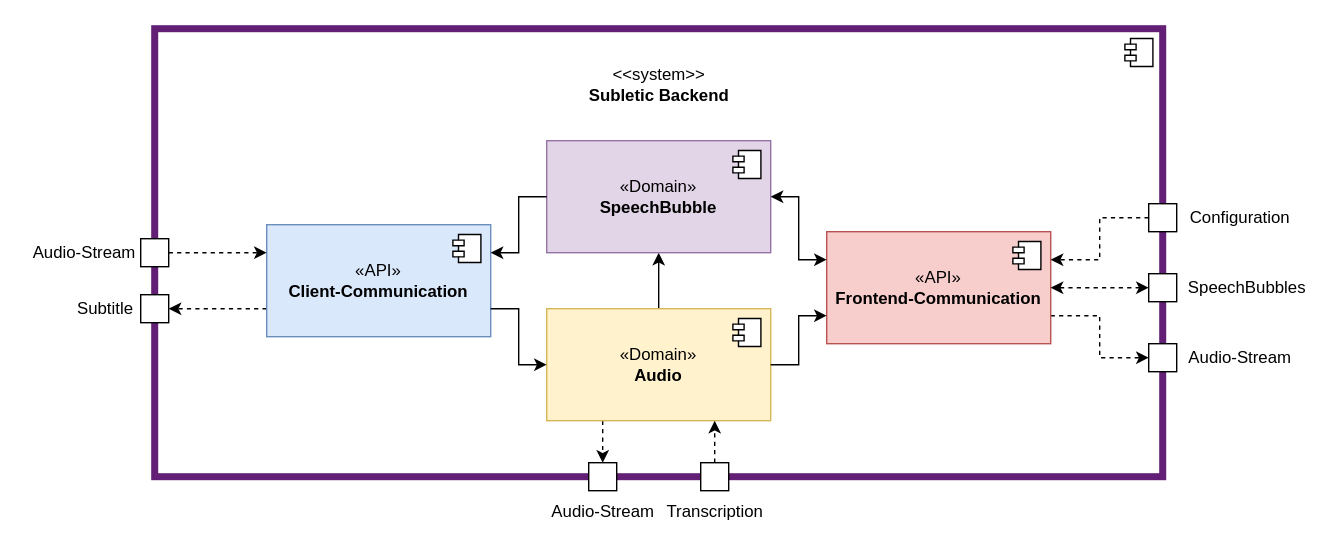
Subletic/Documentation keeps this draw.io diagram as TechnicalDocumentation/arc42/img/Bausteinsicht_1_Backend.drawio.svg. Above is the earlier version. Source tidied: cells renumbered, new cells last; positions are measured from the earlier drawing's top-left corner, leaving out a move shared by most shapes.
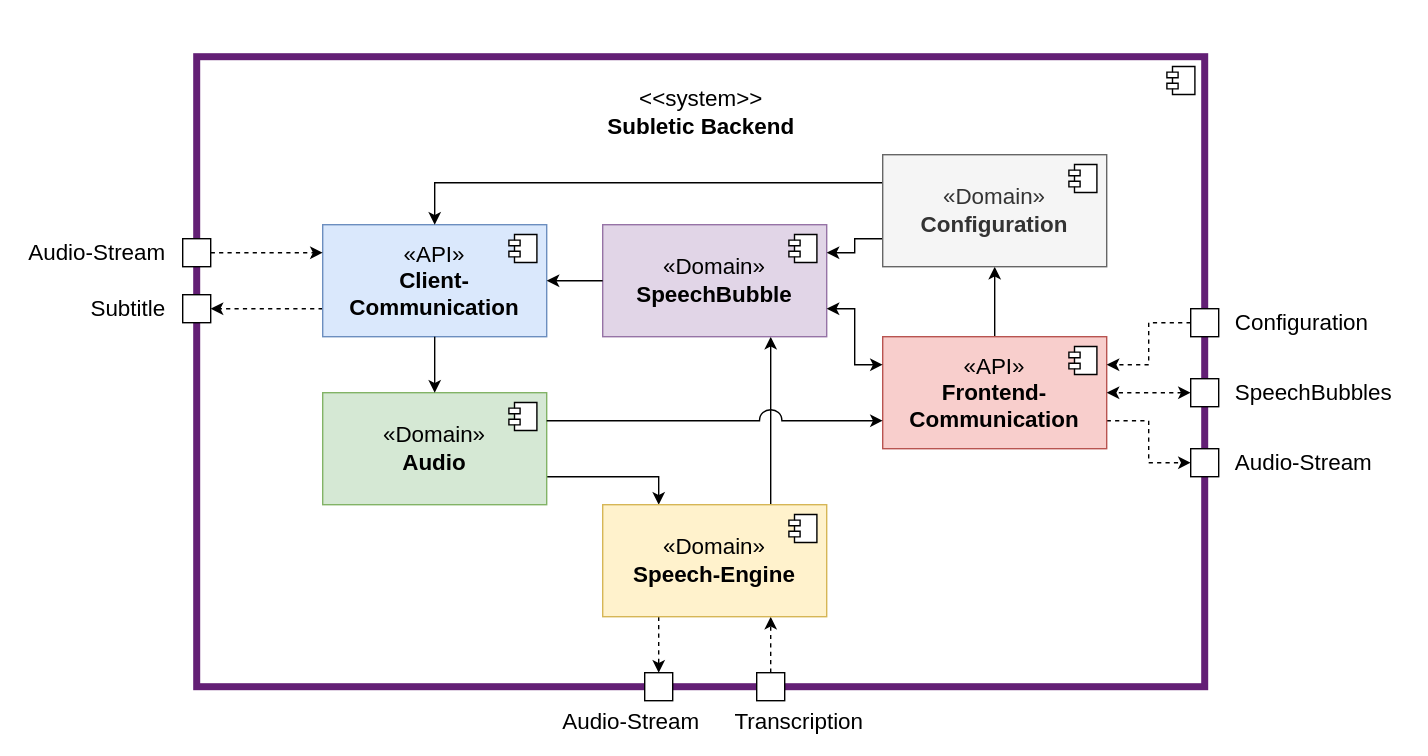
Above is the later version.

Change to the diagram source:
```diff
@@ -3,10 +3,10 @@
     <mxCell id="0" />
     <mxCell id="1" parent="0" />
     <mxCell id="2" style="rounded=0;whiteSpace=wrap;html=1;strokeColor=none;strokeWidth=10;fillColor=#FFFFFF;" parent="1" vertex="1">
-      <mxGeometry width="960" height="390" as="geometry" />
+      <mxGeometry width="1010" height="540" as="geometry" />
     </mxCell>
     <mxCell id="3" style="html=1;whiteSpace=wrap;strokeColor=#631F75;fillColor=#FFFFFF;strokeWidth=5;" parent="1" vertex="1">
-      <mxGeometry x="110" y="20" width="720" height="320" as="geometry" />
+      <mxGeometry x="140" y="40" width="720" height="450" as="geometry" />
     </mxCell>
     <mxCell id="4" style="shape=module;jettyWidth=8;jettyHeight=4;" parent="3" vertex="1">
       <mxGeometry x="1" width="20" height="20" relative="1" as="geometry">
@@ -16,30 +16,33 @@
     <mxCell id="5" style="edgeStyle=orthogonalEdgeStyle;rounded=0;jettySize=auto;html=1;exitX=0;exitY=0.75;exitDx=0;exitDy=0;entryX=1;entryY=0.5;entryDx=0;entryDy=0;dashed=1;" parent="1" edge="1" source="6" target="24">
       <mxGeometry relative="1" as="geometry" />
     </mxCell>
-    <mxCell id="6" value="«API»&lt;br&gt;&lt;b&gt;Client-Communication&lt;/b&gt;" style="html=1;whiteSpace=wrap;fillColor=#dae8fc;strokeColor=#6c8ebf;" parent="1" vertex="1">
-      <mxGeometry x="190" y="160" width="160" height="80" as="geometry" />
+    <mxCell id="6" value="«API»&lt;br style=&quot;font-size: 16px;&quot;&gt;&lt;b style=&quot;font-size: 16px;&quot;&gt;Client-Communication&lt;/b&gt;" style="html=1;whiteSpace=wrap;fillColor=#dae8fc;strokeColor=#6c8ebf;fontSize=16;" parent="1" vertex="1">
+      <mxGeometry x="230" y="160" width="160" height="80" as="geometry" />
     </mxCell>
     <mxCell id="7" style="shape=module;jettyWidth=8;jettyHeight=4;" parent="6" vertex="1">
       <mxGeometry x="1" width="20" height="20" relative="1" as="geometry">
         <mxPoint x="-27" y="7" as="offset" />
       </mxGeometry>
     </mxCell>
-    <mxCell id="8" style="rounded=0;jettySize=auto;html=1;exitX=0.5;exitY=0;exitDx=0;exitDy=0;entryX=0.5;entryY=1;entryDx=0;entryDy=0;endArrow=classic;endFill=1;" parent="1" edge="1" source="10" target="12">
+    <mxCell id="8" style="rounded=0;jettySize=auto;html=1;entryX=0.75;entryY=1;entryDx=0;entryDy=0;endArrow=classic;endFill=1;exitX=0.75;exitY=0;exitDx=0;exitDy=0;jumpStyle=arc;jumpSize=6;edgeStyle=orthogonalEdgeStyle;" parent="1" edge="1" source="46" target="12">
       <mxGeometry relative="1" as="geometry" />
     </mxCell>
-    <mxCell id="9" style="edgeStyle=orthogonalEdgeStyle;rounded=0;jettySize=auto;html=1;exitX=0.25;exitY=1;exitDx=0;exitDy=0;entryX=0.5;entryY=0;entryDx=0;entryDy=0;dashed=1;" parent="1" edge="1" source="10" target="26">
+    <mxCell id="9" style="edgeStyle=orthogonalEdgeStyle;rounded=0;jettySize=auto;html=1;entryX=0.5;entryY=0;entryDx=0;entryDy=0;dashed=1;exitX=0.25;exitY=1;exitDx=0;exitDy=0;" parent="1" edge="1" source="46" target="26">
       <mxGeometry relative="1" as="geometry" />
     </mxCell>
+    <mxCell id="40" style="edgeStyle=orthogonalEdgeStyle;rounded=0;jettySize=auto;html=1;exitX=1;exitY=0.75;exitDx=0;exitDy=0;entryX=0.25;entryY=0;entryDx=0;entryDy=0;" parent="1" edge="1" source="10" target="46">
+      <mxGeometry relative="1" as="geometry" />
+    </mxCell>
-    <mxCell id="10" value="«Domain»&lt;br&gt;&lt;b&gt;Audio&lt;/b&gt;" style="html=1;whiteSpace=wrap;fillColor=#fff2cc;strokeColor=#d6b656;" parent="1" vertex="1">
-      <mxGeometry x="390" y="220" width="160" height="80" as="geometry" />
+    <mxCell id="10" value="«Domain»&lt;br style=&quot;font-size: 16px;&quot;&gt;&lt;b style=&quot;font-size: 16px;&quot;&gt;Audio&lt;/b&gt;" style="html=1;whiteSpace=wrap;fillColor=#d5e8d4;strokeColor=#82b366;fontSize=16;" parent="1" vertex="1">
+      <mxGeometry x="230" y="280" width="160" height="80" as="geometry" />
     </mxCell>
     <mxCell id="11" style="shape=module;jettyWidth=8;jettyHeight=4;" parent="10" vertex="1">
       <mxGeometry x="1" width="20" height="20" relative="1" as="geometry">
         <mxPoint x="-27" y="7" as="offset" />
       </mxGeometry>
     </mxCell>
-    <mxCell id="12" value="«Domain»&lt;br&gt;&lt;b&gt;SpeechBubble&lt;/b&gt;" style="html=1;whiteSpace=wrap;fillColor=#e1d5e7;strokeColor=#9673a6;" parent="1" vertex="1">
-      <mxGeometry x="390" y="100" width="160" height="80" as="geometry" />
+    <mxCell id="12" value="«Domain»&lt;br style=&quot;font-size: 16px;&quot;&gt;&lt;b style=&quot;font-size: 16px;&quot;&gt;SpeechBubble&lt;/b&gt;" style="html=1;whiteSpace=wrap;fillColor=#e1d5e7;strokeColor=#9673a6;fontSize=16;" parent="1" vertex="1">
+      <mxGeometry x="430" y="160" width="160" height="80" as="geometry" />
     </mxCell>
     <mxCell id="13" style="shape=module;jettyWidth=8;jettyHeight=4;" parent="12" vertex="1">
       <mxGeometry x="1" width="20" height="20" relative="1" as="geometry">
@@ -49,82 +52,107 @@
     <mxCell id="14" style="edgeStyle=orthogonalEdgeStyle;rounded=0;jettySize=auto;html=1;exitX=1;exitY=0.75;exitDx=0;exitDy=0;entryX=0;entryY=0.5;entryDx=0;entryDy=0;dashed=1;" parent="1" edge="1" source="15" target="33">
       <mxGeometry relative="1" as="geometry" />
     </mxCell>
+    <mxCell id="41" style="edgeStyle=orthogonalEdgeStyle;rounded=0;jettySize=auto;html=1;exitX=0.5;exitY=0;exitDx=0;exitDy=0;entryX=0.5;entryY=1;entryDx=0;entryDy=0;" parent="1" edge="1" source="15" target="44">
+      <mxGeometry relative="1" as="geometry" />
+    </mxCell>
-    <mxCell id="15" value="«API»&lt;br&gt;&lt;b&gt;Frontend-Communication&lt;/b&gt;" style="html=1;whiteSpace=wrap;fillColor=#f8cecc;strokeColor=#b85450;" parent="1" vertex="1">
-      <mxGeometry x="590" y="165" width="160" height="80" as="geometry" />
+    <mxCell id="15" value="«API»&lt;br style=&quot;font-size: 16px;&quot;&gt;&lt;b style=&quot;font-size: 16px;&quot;&gt;Frontend-Communication&lt;/b&gt;" style="html=1;whiteSpace=wrap;fillColor=#f8cecc;strokeColor=#b85450;fontSize=16;" parent="1" vertex="1">
+      <mxGeometry x="630" y="240" width="160" height="80" as="geometry" />
     </mxCell>
     <mxCell id="16" style="shape=module;jettyWidth=8;jettyHeight=4;" parent="15" vertex="1">
       <mxGeometry x="1" width="20" height="20" relative="1" as="geometry">
         <mxPoint x="-27" y="7" as="offset" />
       </mxGeometry>
     </mxCell>
-    <mxCell id="17" style="endArrow=classic;html=1;rounded=0;entryX=0;entryY=0.75;entryDx=0;entryDy=0;exitX=1;exitY=0.5;exitDx=0;exitDy=0;edgeStyle=orthogonalEdgeStyle;endFill=1;" parent="1" edge="1" source="10" target="15">
+    <mxCell id="17" style="endArrow=classic;html=1;rounded=0;entryX=0;entryY=0.75;entryDx=0;entryDy=0;edgeStyle=orthogonalEdgeStyle;endFill=1;exitX=1;exitY=0.25;exitDx=0;exitDy=0;jumpStyle=arc;jumpSize=16;" parent="1" edge="1" source="10" target="15">
       <mxGeometry relative="1" as="geometry" />
     </mxCell>
-    <mxCell id="18" style="endArrow=classic;html=1;rounded=0;entryX=0;entryY=0.25;entryDx=0;entryDy=0;exitX=1;exitY=0.5;exitDx=0;exitDy=0;edgeStyle=orthogonalEdgeStyle;endFill=1;startArrow=classic;startFill=1;" parent="1" edge="1" source="12" target="15">
+    <mxCell id="18" style="endArrow=classic;html=1;rounded=0;entryX=0;entryY=0.25;entryDx=0;entryDy=0;exitX=1;exitY=0.75;exitDx=0;exitDy=0;edgeStyle=orthogonalEdgeStyle;endFill=1;startArrow=classic;startFill=1;" parent="1" edge="1" source="12" target="15">
       <mxGeometry relative="1" as="geometry" />
     </mxCell>
-    <mxCell id="19" style="endArrow=classic;html=1;rounded=0;entryX=0;entryY=0.5;entryDx=0;entryDy=0;exitX=1;exitY=0.75;exitDx=0;exitDy=0;edgeStyle=orthogonalEdgeStyle;endFill=1;" parent="1" edge="1" source="6" target="10">
+    <mxCell id="19" style="endArrow=classic;html=1;rounded=0;entryX=0.5;entryY=0;entryDx=0;entryDy=0;exitX=0.5;exitY=1;exitDx=0;exitDy=0;edgeStyle=orthogonalEdgeStyle;endFill=1;" parent="1" edge="1" source="6" target="10">
       <mxGeometry relative="1" as="geometry" />
     </mxCell>
-    <mxCell id="20" style="endArrow=none;html=1;rounded=0;entryX=0;entryY=0.5;entryDx=0;entryDy=0;exitX=1;exitY=0.25;exitDx=0;exitDy=0;edgeStyle=orthogonalEdgeStyle;startArrow=classic;startFill=1;" parent="1" edge="1" source="6" target="12">
+    <mxCell id="20" style="endArrow=none;html=1;rounded=0;entryX=0;entryY=0.5;entryDx=0;entryDy=0;exitX=1;exitY=0.5;exitDx=0;exitDy=0;edgeStyle=orthogonalEdgeStyle;startArrow=classic;startFill=1;" parent="1" edge="1" source="6" target="12">
       <mxGeometry relative="1" as="geometry" />
     </mxCell>
     <mxCell id="21" style="edgeStyle=orthogonalEdgeStyle;rounded=0;jettySize=auto;html=1;entryX=0;entryY=0.25;entryDx=0;entryDy=0;dashed=1;" parent="1" edge="1" source="22" target="6">
       <mxGeometry relative="1" as="geometry" />
     </mxCell>
     <mxCell id="22" style="rounded=0;whiteSpace=wrap;html=1;" parent="1" vertex="1">
-      <mxGeometry x="100" y="170" width="20" height="20" as="geometry" />
+      <mxGeometry x="130" y="170" width="20" height="20" as="geometry" />
     </mxCell>
-    <mxCell id="23" value="Audio-Stream" style="text;html=1;strokeColor=none;fillColor=none;align=center;verticalAlign=middle;whiteSpace=wrap;rounded=0;" parent="1" vertex="1">
-      <mxGeometry x="20" y="165" width="80" height="30" as="geometry" />
+    <mxCell id="23" value="Audio-Stream" style="text;html=1;strokeColor=none;fillColor=none;align=right;verticalAlign=middle;whiteSpace=wrap;rounded=0;fontSize=16;" parent="1" vertex="1">
+      <mxGeometry x="10" y="165" width="110" height="30" as="geometry" />
     </mxCell>
     <mxCell id="24" style="rounded=0;whiteSpace=wrap;html=1;" parent="1" vertex="1">
-      <mxGeometry x="100" y="210" width="20" height="20" as="geometry" />
+      <mxGeometry x="130" y="210" width="20" height="20" as="geometry" />
     </mxCell>
-    <mxCell id="25" value="Subtitle" style="text;html=1;strokeColor=none;fillColor=none;align=center;verticalAlign=middle;whiteSpace=wrap;rounded=0;" parent="1" vertex="1">
-      <mxGeometry x="50" y="205" width="50" height="30" as="geometry" />
+    <mxCell id="25" value="Subtitle" style="text;html=1;strokeColor=none;fillColor=none;align=right;verticalAlign=middle;whiteSpace=wrap;rounded=0;fontSize=16;" parent="1" vertex="1">
+      <mxGeometry x="50" y="205" width="70" height="30" as="geometry" />
     </mxCell>
     <mxCell id="26" style="rounded=0;whiteSpace=wrap;html=1;" parent="1" vertex="1">
-      <mxGeometry x="420" y="330" width="20" height="20" as="geometry" />
+      <mxGeometry x="460" y="480" width="20" height="20" as="geometry" />
     </mxCell>
-    <mxCell id="27" style="edgeStyle=orthogonalEdgeStyle;rounded=0;jettySize=auto;html=1;exitX=0.5;exitY=0;exitDx=0;exitDy=0;entryX=0.75;entryY=1;entryDx=0;entryDy=0;dashed=1;" parent="1" edge="1" source="28" target="10">
+    <mxCell id="27" style="edgeStyle=orthogonalEdgeStyle;rounded=0;jettySize=auto;html=1;dashed=1;exitX=0.5;exitY=0;exitDx=0;exitDy=0;entryX=0.75;entryY=1;entryDx=0;entryDy=0;" parent="1" edge="1" source="28" target="46">
       <mxGeometry relative="1" as="geometry" />
     </mxCell>
     <mxCell id="28" style="rounded=0;whiteSpace=wrap;html=1;" parent="1" vertex="1">
-      <mxGeometry x="500" y="330" width="20" height="20" as="geometry" />
+      <mxGeometry x="540" y="480" width="20" height="20" as="geometry" />
     </mxCell>
-    <mxCell id="29" value="Transcription" style="text;html=1;align=center;verticalAlign=middle;strokeColor=none;fillColor=none;rotation=0;" parent="1" vertex="1">
-      <mxGeometry x="465" y="350" width="90" height="30" as="geometry" />
+    <mxCell id="29" value="Transcription" style="text;html=1;align=center;verticalAlign=middle;strokeColor=none;fillColor=none;rotation=0;fontSize=16;" parent="1" vertex="1">
+      <mxGeometry x="510" y="500" width="120" height="30" as="geometry" />
     </mxCell>
-    <mxCell id="30" value="Audio-Stream" style="text;html=1;align=center;verticalAlign=middle;strokeColor=none;fillColor=none;rotation=0;" parent="1" vertex="1">
-      <mxGeometry x="380" y="350" width="100" height="30" as="geometry" />
+    <mxCell id="30" value="Audio-Stream" style="text;html=1;align=center;verticalAlign=middle;strokeColor=none;fillColor=none;rotation=0;fontSize=16;" parent="1" vertex="1">
+      <mxGeometry x="390" y="500" width="120" height="30" as="geometry" />
     </mxCell>
     <mxCell id="31" style="edgeStyle=orthogonalEdgeStyle;rounded=0;jettySize=auto;html=1;exitX=0;exitY=0.5;exitDx=0;exitDy=0;entryX=1;entryY=0.25;entryDx=0;entryDy=0;dashed=1;startArrow=none;startFill=0;" parent="1" edge="1" source="32" target="15">
       <mxGeometry relative="1" as="geometry" />
     </mxCell>
     <mxCell id="32" style="rounded=0;whiteSpace=wrap;html=1;" parent="1" vertex="1">
-      <mxGeometry x="820" y="145" width="20" height="20" as="geometry" />
+      <mxGeometry x="850" y="220" width="20" height="20" as="geometry" />
     </mxCell>
     <mxCell id="33" style="rounded=0;whiteSpace=wrap;html=1;" parent="1" vertex="1">
-      <mxGeometry x="820" y="245" width="20" height="20" as="geometry" />
+      <mxGeometry x="850" y="320" width="20" height="20" as="geometry" />
     </mxCell>
-    <mxCell id="34" value="&lt;div&gt;&amp;lt;&amp;lt;system&amp;gt;&amp;gt;&lt;/div&gt;&lt;div&gt;&lt;b&gt;Subletic Backend&lt;/b&gt;&lt;br&gt;&lt;/div&gt;" style="text;html=1;align=center;verticalAlign=middle;strokeColor=none;fillColor=none;" parent="1" vertex="1">
-      <mxGeometry x="410" y="40" width="120" height="40" as="geometry" />
+    <mxCell id="34" value="&lt;div style=&quot;font-size: 16px;&quot;&gt;&amp;lt;&amp;lt;system&amp;gt;&amp;gt;&lt;/div&gt;&lt;div style=&quot;font-size: 16px;&quot;&gt;&lt;b style=&quot;font-size: 16px;&quot;&gt;Subletic Backend&lt;/b&gt;&lt;br style=&quot;font-size: 16px;&quot;&gt;&lt;/div&gt;" style="text;html=1;align=center;verticalAlign=middle;strokeColor=none;fillColor=none;fontSize=16;" parent="1" vertex="1">
+      <mxGeometry x="420" y="55" width="160" height="50" as="geometry" />
     </mxCell>
-    <mxCell id="35" value="SpeechBubbles" style="text;html=1;align=center;verticalAlign=middle;strokeColor=none;fillColor=none;rotation=0;" parent="1" vertex="1">
-      <mxGeometry x="835" y="190" width="110" height="30" as="geometry" />
+    <mxCell id="35" value="SpeechBubbles" style="text;html=1;align=left;verticalAlign=middle;strokeColor=none;fillColor=none;rotation=0;fontSize=16;" parent="1" vertex="1">
+      <mxGeometry x="880" y="265" width="140" height="30" as="geometry" />
     </mxCell>
-    <mxCell id="36" value="Audio-Stream" style="text;html=1;align=center;verticalAlign=middle;strokeColor=none;fillColor=none;" parent="1" vertex="1">
-      <mxGeometry x="835" y="240" width="100" height="30" as="geometry" />
+    <mxCell id="36" value="Audio-Stream" style="text;html=1;align=left;verticalAlign=middle;strokeColor=none;fillColor=none;fontSize=16;" parent="1" vertex="1">
+      <mxGeometry x="880" y="315" width="120" height="30" as="geometry" />
     </mxCell>
     <mxCell id="37" style="edgeStyle=orthogonalEdgeStyle;rounded=0;jettySize=auto;html=1;exitX=0;exitY=0.5;exitDx=0;exitDy=0;entryX=1;entryY=0.5;entryDx=0;entryDy=0;startArrow=classic;startFill=1;dashed=1;" parent="1" edge="1" source="38" target="15">
       <mxGeometry relative="1" as="geometry" />
     </mxCell>
     <mxCell id="38" style="rounded=0;whiteSpace=wrap;html=1;" parent="1" vertex="1">
-      <mxGeometry x="820" y="195" width="20" height="20" as="geometry" />
+      <mxGeometry x="850" y="270" width="20" height="20" as="geometry" />
     </mxCell>
-    <mxCell id="39" value="Configuration" style="text;html=1;align=center;verticalAlign=middle;strokeColor=none;fillColor=none;" parent="1" vertex="1">
-      <mxGeometry x="840" y="140" width="90" height="30" as="geometry" />
+    <mxCell id="39" value="Configuration" style="text;html=1;align=left;verticalAlign=middle;strokeColor=none;fillColor=none;fontSize=16;" parent="1" vertex="1">
+      <mxGeometry x="880" y="215" width="120" height="30" as="geometry" />
     </mxCell>
+    <mxCell id="42" style="edgeStyle=orthogonalEdgeStyle;rounded=0;jettySize=auto;html=1;exitX=0;exitY=0.75;exitDx=0;exitDy=0;entryX=1;entryY=0.25;entryDx=0;entryDy=0;" parent="1" edge="1" source="44" target="12">
+      <mxGeometry relative="1" as="geometry" />
+    </mxCell>
+    <mxCell id="43" style="edgeStyle=orthogonalEdgeStyle;rounded=0;jettySize=auto;html=1;exitX=0;exitY=0.25;exitDx=0;exitDy=0;entryX=0.5;entryY=0;entryDx=0;entryDy=0;" parent="1" edge="1" source="44" target="6">
+      <mxGeometry relative="1" as="geometry" />
+    </mxCell>
+    <mxCell id="44" value="«Domain»&lt;br style=&quot;font-size: 16px;&quot;&gt;&lt;b style=&quot;font-size: 16px;&quot;&gt;Configuration&lt;/b&gt;" style="html=1;whiteSpace=wrap;fillColor=#f5f5f5;strokeColor=#666666;fontColor=#333333;fontSize=16;" parent="1" vertex="1">
+      <mxGeometry x="630" y="110" width="160" height="80" as="geometry" />
+    </mxCell>
+    <mxCell id="45" style="shape=module;jettyWidth=8;jettyHeight=4;" parent="44" vertex="1">
+      <mxGeometry x="1" width="20" height="20" relative="1" as="geometry">
+        <mxPoint x="-27" y="7" as="offset" />
+      </mxGeometry>
+    </mxCell>
+    <mxCell id="46" value="«Domain»&lt;br style=&quot;font-size: 16px;&quot;&gt;&lt;b style=&quot;font-size: 16px;&quot;&gt;Speech-Engine&lt;/b&gt;" style="html=1;whiteSpace=wrap;fillColor=#fff2cc;strokeColor=#d6b656;fontSize=16;" parent="1" vertex="1">
+      <mxGeometry x="430" y="360" width="160" height="80" as="geometry" />
+    </mxCell>
+    <mxCell id="47" style="shape=module;jettyWidth=8;jettyHeight=4;" parent="46" vertex="1">
+      <mxGeometry x="1" width="20" height="20" relative="1" as="geometry">
+        <mxPoint x="-27" y="7" as="offset" />
+      </mxGeometry>
+    </mxCell>
   </root>
 </mxGraphModel>
```
